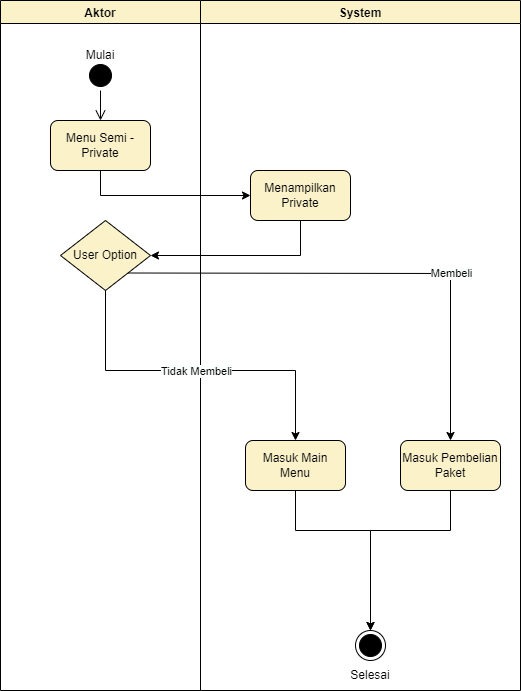
Zkavolo/Classico-Project keeps this draw.io diagram as Diagrams/Activity Diagram Unregistered/AD_Semi_Private_Unregistered.png. Above is the earlier version. Source tidied: cells renumbered, new cells last; positions are measured from the earlier drawing's top-left corner, leaving out a move shared by most shapes. The source it was exported from:
```xml
<mxGraphModel>
  <root>
    <mxCell id="0" />
    <mxCell id="1" parent="0" />
    <mxCell id="2" value="Aktor" style="swimlane;strokeColor=#000000;fillColor=#fff2cc;" parent="1" vertex="1">
      <mxGeometry width="200" height="690" as="geometry" />
    </mxCell>
    <mxCell id="3" value="Menu Semi - Private" style="rounded=1;whiteSpace=wrap;html=1;strokeColor=#000000;fillColor=#fff2cc;" parent="2" vertex="1">
      <mxGeometry x="50" y="120" width="100" height="50" as="geometry" />
    </mxCell>
    <mxCell id="4" style="ellipse;html=1;shape=startState;fillColor=#000000;strokeColor=#000000;" parent="2" vertex="1">
      <mxGeometry x="85" y="60" width="30" height="30" as="geometry" />
    </mxCell>
    <mxCell id="5" style="edgeStyle=orthogonalEdgeStyle;html=1;verticalAlign=bottom;endArrow=open;endSize=8;strokeColor=#000000;rounded=0;" parent="2" edge="1" source="4">
      <mxGeometry relative="1" as="geometry">
        <mxPoint x="100" y="120" as="targetPoint" />
      </mxGeometry>
    </mxCell>
    <mxCell id="6" value="Mulai" style="text;html=1;strokeColor=none;fillColor=none;align=center;verticalAlign=middle;whiteSpace=wrap;rounded=0;" parent="2" vertex="1">
      <mxGeometry x="70" y="40" width="60" height="30" as="geometry" />
    </mxCell>
    <mxCell id="7" value="User Option" style="rhombus;whiteSpace=wrap;html=1;fillColor=#fff2cc;strokeColor=#000000;" parent="2" vertex="1">
      <mxGeometry x="60" y="220" width="90" height="70" as="geometry" />
    </mxCell>
    <mxCell id="8" value="System" style="swimlane;strokeColor=#000000;fillColor=#fff2cc;" parent="1" vertex="1">
      <mxGeometry x="200" width="320" height="690" as="geometry" />
    </mxCell>
    <mxCell id="9" value="Menampilkan Private" style="rounded=1;whiteSpace=wrap;html=1;strokeColor=#000000;fillColor=#fff2cc;" parent="8" vertex="1">
      <mxGeometry x="50" y="170" width="100" height="50" as="geometry" />
    </mxCell>
    <mxCell id="10" style="endArrow=classic;html=1;rounded=0;exitX=0.5;exitY=1;exitDx=0;exitDy=0;" parent="8" edge="1" source="7">
      <mxGeometry relative="1" as="geometry">
        <mxPoint x="95" y="440" as="targetPoint" />
        <Array as="points">
          <mxPoint x="-95" y="370" />
          <mxPoint x="95" y="370" />
        </Array>
      </mxGeometry>
    </mxCell>
    <mxCell id="11" value="Tidak Membeli" style="edgeLabel;html=1;align=center;verticalAlign=middle;strokeColor=#000000;" parent="10" vertex="1">
      <mxGeometry relative="1" as="geometry" />
    </mxCell>
    <mxCell id="12" value="Masuk Main Menu" style="rounded=1;whiteSpace=wrap;html=1;strokeColor=#000000;fillColor=#fff2cc;" parent="8" vertex="1">
      <mxGeometry x="45" y="440" width="100" height="50" as="geometry" />
    </mxCell>
    <mxCell id="13" value="Masuk Pembelian Paket" style="rounded=1;whiteSpace=wrap;html=1;strokeColor=#000000;fillColor=#fff2cc;" parent="8" vertex="1">
      <mxGeometry x="200" y="440" width="100" height="50" as="geometry" />
    </mxCell>
    <mxCell id="14" value="Selesai" style="text;html=1;strokeColor=none;fillColor=none;align=center;verticalAlign=middle;whiteSpace=wrap;rounded=0;" parent="8" vertex="1">
      <mxGeometry x="140" y="660" width="60" height="30" as="geometry" />
    </mxCell>
    <mxCell id="15" style="ellipse;html=1;shape=endState;fillColor=#000000;strokeColor=#000000;" parent="8" vertex="1">
      <mxGeometry x="155" y="630" width="30" height="30" as="geometry" />
    </mxCell>
    <mxCell id="16" style="endArrow=classic;html=1;rounded=0;exitX=0.5;exitY=1;exitDx=0;exitDy=0;entryX=0.5;entryY=0;entryDx=0;entryDy=0;" parent="8" edge="1" source="12" target="15">
      <mxGeometry relative="1" as="geometry">
        <Array as="points">
          <mxPoint x="95" y="530" />
          <mxPoint x="170" y="530" />
        </Array>
      </mxGeometry>
    </mxCell>
    <mxCell id="17" style="endArrow=classic;html=1;rounded=0;exitX=0.5;exitY=1;exitDx=0;exitDy=0;entryX=0.5;entryY=0;entryDx=0;entryDy=0;" parent="8" edge="1" source="13" target="15">
      <mxGeometry relative="1" as="geometry">
        <Array as="points">
          <mxPoint x="250" y="530" />
          <mxPoint x="170" y="530" />
        </Array>
      </mxGeometry>
    </mxCell>
    <mxCell id="18" style="endArrow=classic;html=1;rounded=0;exitX=0.5;exitY=1;exitDx=0;exitDy=0;entryX=0;entryY=0.5;entryDx=0;entryDy=0;" parent="1" edge="1" source="3" target="9">
      <mxGeometry relative="1" as="geometry">
        <Array as="points">
          <mxPoint x="100" y="195" />
        </Array>
      </mxGeometry>
    </mxCell>
    <mxCell id="19" style="endArrow=classic;html=1;rounded=0;exitX=0.5;exitY=1;exitDx=0;exitDy=0;entryX=1;entryY=0.5;entryDx=0;entryDy=0;" parent="1" edge="1" source="9">
      <mxGeometry relative="1" as="geometry">
        <mxPoint x="150" y="255" as="targetPoint" />
        <Array as="points">
          <mxPoint x="300" y="255" />
        </Array>
      </mxGeometry>
    </mxCell>
    <mxCell id="20" style="endArrow=classic;html=1;rounded=0;exitX=1;exitY=1;exitDx=0;exitDy=0;entryX=0.5;entryY=0;entryDx=0;entryDy=0;" parent="1" edge="1" source="7" target="13">
      <mxGeometry relative="1" as="geometry">
        <Array as="points">
          <mxPoint x="450" y="273" />
        </Array>
      </mxGeometry>
    </mxCell>
    <mxCell id="21" value="Membeli" style="edgeLabel;html=1;align=center;verticalAlign=middle;strokeColor=#000000;" parent="20" vertex="1">
      <mxGeometry relative="1" as="geometry">
        <mxPoint x="78" as="offset" />
      </mxGeometry>
    </mxCell>
  </root>
</mxGraphModel>
```
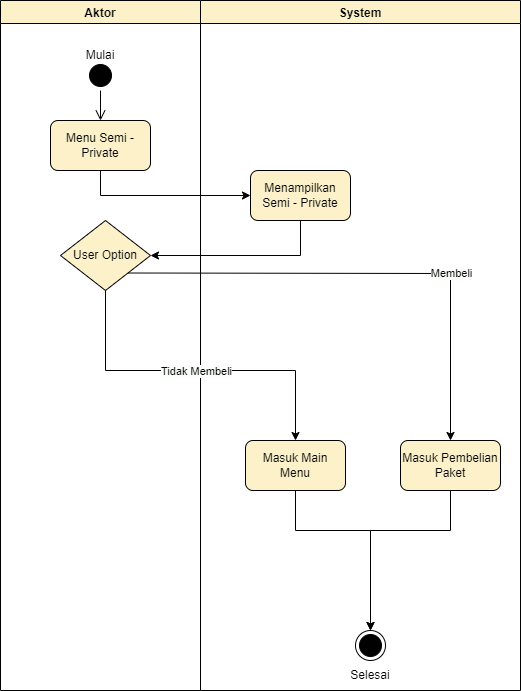
After the commit.

The edit, as a diff of the source:
```diff
@@ -25,7 +25,7 @@
     <mxCell id="8" value="System" style="swimlane;strokeColor=#000000;fillColor=#fff2cc;" parent="1" vertex="1">
       <mxGeometry x="200" width="320" height="690" as="geometry" />
     </mxCell>
-    <mxCell id="9" value="Menampilkan Private" style="rounded=1;whiteSpace=wrap;html=1;strokeColor=#000000;fillColor=#fff2cc;" parent="8" vertex="1">
+    <mxCell id="9" value="Menampilkan Semi - Private" style="rounded=1;whiteSpace=wrap;html=1;strokeColor=#000000;fillColor=#fff2cc;" parent="8" vertex="1">
       <mxGeometry x="50" y="170" width="100" height="50" as="geometry" />
     </mxCell>
     <mxCell id="10" style="endArrow=classic;html=1;rounded=0;exitX=0.5;exitY=1;exitDx=0;exitDy=0;" parent="8" edge="1" source="7">
```
